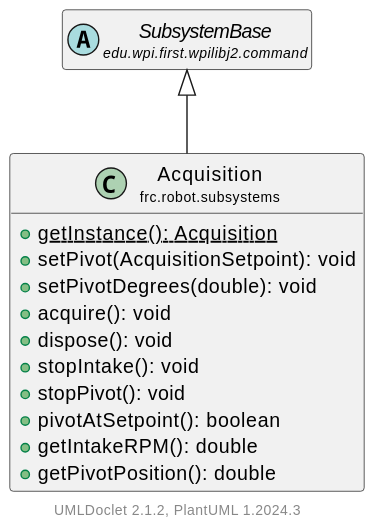
Earlier version of the PlantUML export docs/uml/frc/robot/subsystems/Acquisition.svg (LakotaRobotics1038/2026RobotProject). The source it was exported from:
```plantuml
@startuml
    set namespaceSeparator none
    hide empty fields
    hide empty methods

    class "<size:14>Acquisition\n<size:10>frc.robot.subsystems" as frc.robot.subsystems.Acquisition [[Acquisition.html]] {
        {static} +getInstance(): Acquisition
        +setPivot(AcquisitionSetpoint): void
        +setPivotDegrees(double): void
        +acquire(): void
        +dispose(): void
        +stopIntake(): void
        +stopPivot(): void
        +pivotAtSetpoint(): boolean
        +getIntakeRPM(): double
        +getPivotPosition(): double
    }

    abstract class "<size:14>SubsystemBase\n<size:10>edu.wpi.first.wpilibj2.command" as edu.wpi.first.wpilibj2.command.SubsystemBase

    edu.wpi.first.wpilibj2.command.SubsystemBase <|-- frc.robot.subsystems.Acquisition
    center footer UMLDoclet 2.1.2, PlantUML %version()
@enduml
```
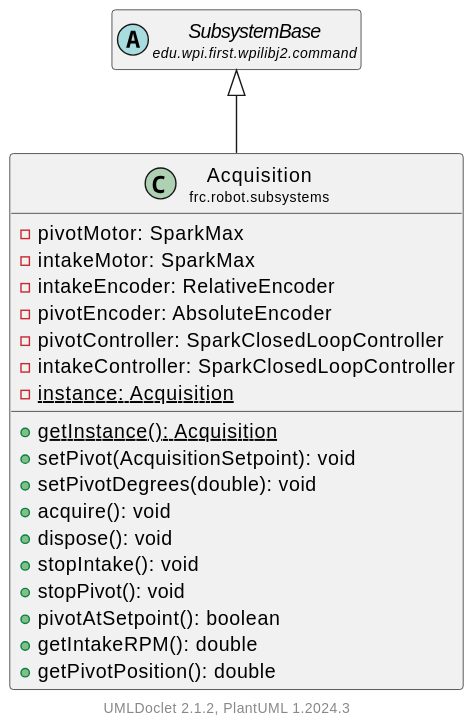
After the change.

The edit, as a diff of the source:
```diff
@@ -4,6 +4,13 @@
     hide empty methods
 
     class "<size:14>Acquisition\n<size:10>frc.robot.subsystems" as frc.robot.subsystems.Acquisition [[Acquisition.html]] {
+        -pivotMotor: SparkMax
+        -intakeMotor: SparkMax
+        -intakeEncoder: RelativeEncoder
+        -pivotEncoder: AbsoluteEncoder
+        -pivotController: SparkClosedLoopController
+        -intakeController: SparkClosedLoopController
+        {static} -instance: Acquisition
         {static} +getInstance(): Acquisition
         +setPivot(AcquisitionSetpoint): void
         +setPivotDegrees(double): void
```
